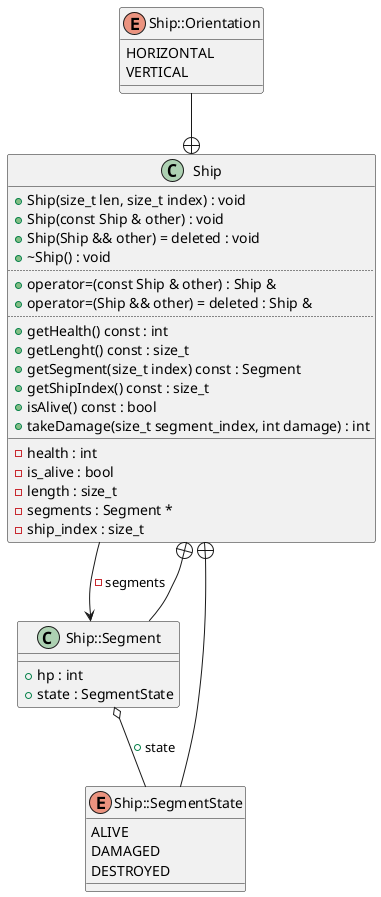
Before: diagrams/Ship.png, a diagram exported from PlantUML (Rennelv/ships).
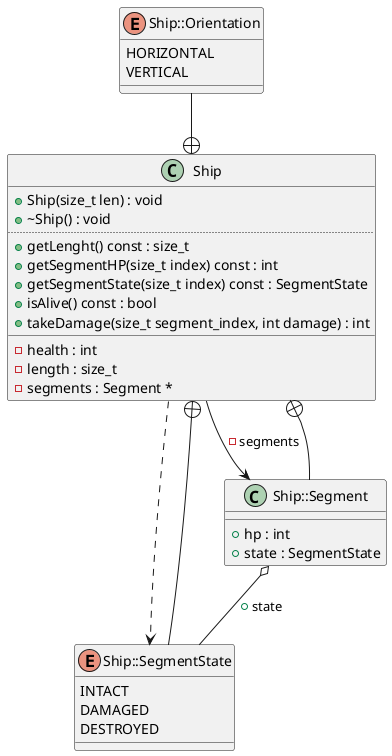
After the change.

The edit, as a diff of the source:
```diff
@@ -1,32 +1,29 @@
 @startuml
 class "Ship" as C_0014529657433315016423
 class C_0014529657433315016423 {
-+Ship(size_t len, size_t index) : void
-+Ship(const Ship & other) : void
-+Ship(Ship && other) = deleted : void
++Ship(size_t len) : void
 +~Ship() : void
 ..
-+operator=(const Ship & other) : Ship &
-+operator=(Ship && other) = deleted : Ship &
-..
-+getHealth() const : int
 +getLenght() const : size_t
-+getSegment(size_t index) const : Segment
-+getShipIndex() const : size_t
++getSegmentHP(size_t index) const : int
++getSegmentState(size_t index) const : SegmentState
 +isAlive() const : bool
 +takeDamage(size_t segment_index, int damage) : int
 __
 -health : int
--is_alive : bool
 -length : size_t
 -segments : Segment *
--ship_index : size_t
 }
 enum "Ship::SegmentState" as C_0016593760204207859148
 enum C_0016593760204207859148 {
-ALIVE
+INTACT
 DAMAGED
 DESTROYED
+}
+enum "Ship::Orientation" as C_0015200704647938469073
+enum C_0015200704647938469073 {
+HORIZONTAL
+VERTICAL
 }
 class "Ship::Segment" as C_0000674658759292391449
 class C_0000674658759292391449 {
@@ -34,15 +31,11 @@
 +hp : int
 +state : SegmentState
 }
-enum "Ship::Orientation" as C_0015200704647938469073
-enum C_0015200704647938469073 {
-HORIZONTAL
-VERTICAL
-}
+C_0014529657433315016423 ..> C_0016593760204207859148
 C_0014529657433315016423 --> C_0000674658759292391449 : -segments
 C_0016593760204207859148 --+ C_0014529657433315016423
+C_0015200704647938469073 --+ C_0014529657433315016423
 C_0000674658759292391449 --+ C_0014529657433315016423
 C_0000674658759292391449 o-- C_0016593760204207859148 : +state
-C_0015200704647938469073 --+ C_0014529657433315016423
 
 @enduml
```
